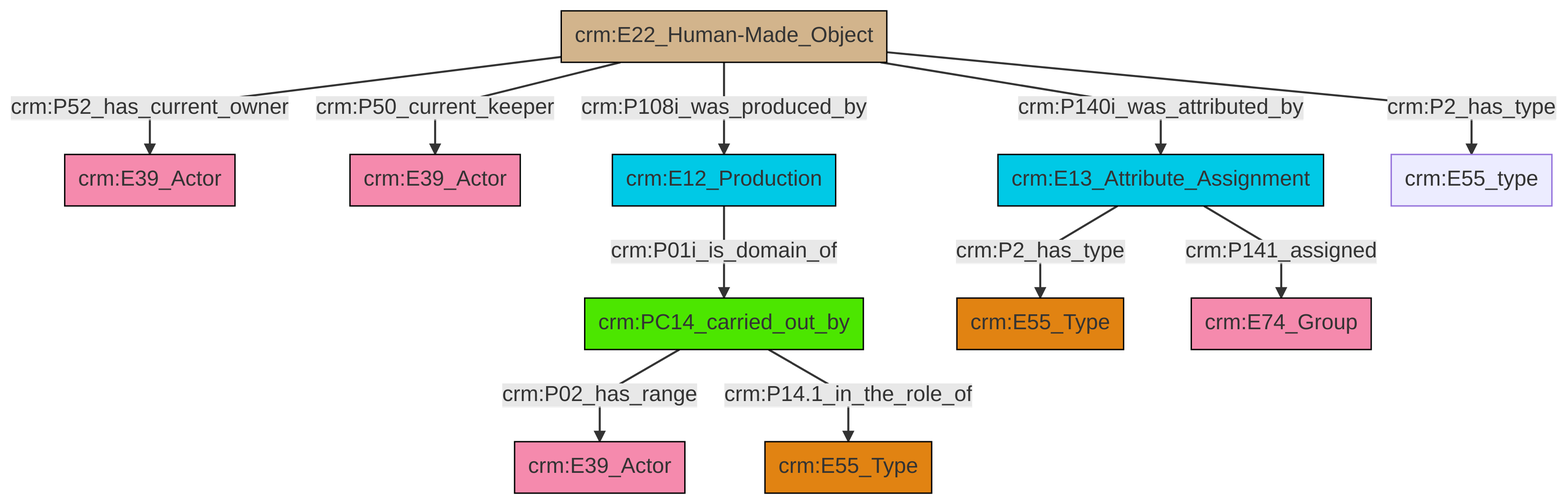
Above: et/artworkCSV/ttl/mmd/png/Artwork_Actor_Relations.png in swiss-art-research-net/reference-data-models (Mermaid), before the change. Its source is kept beside it as et/artworkCSV/ttl/mmd/Artwork_Actor_Relations.ttl.mmd.
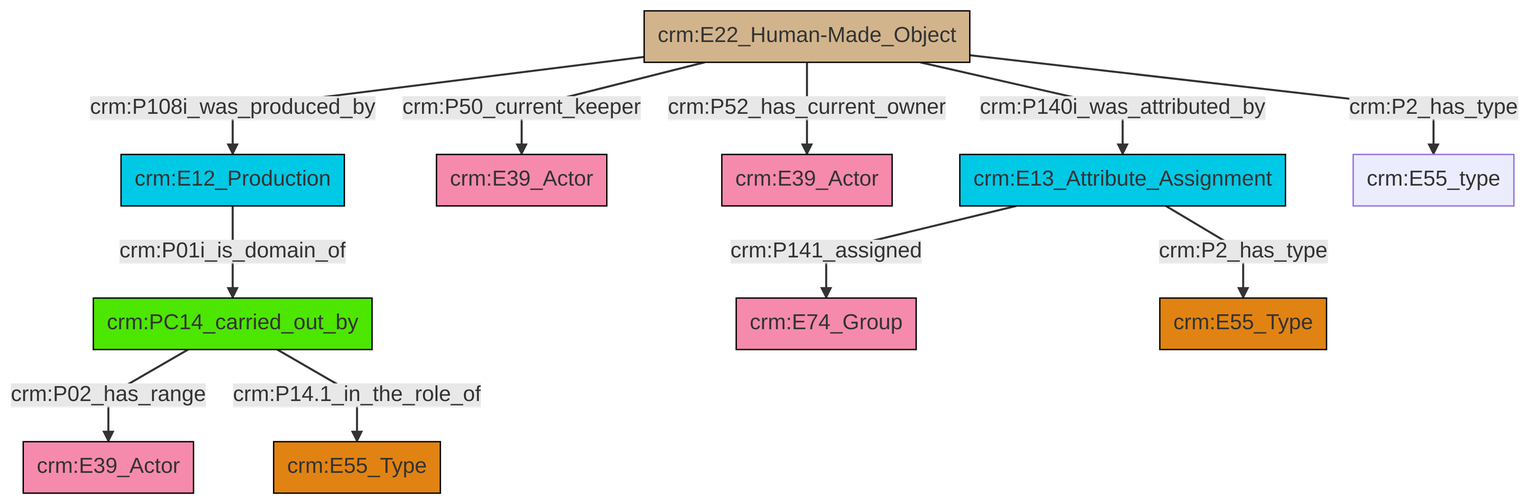
Later version of the same file.

Change to the diagram source:
```diff
@@ -13,13 +13,13 @@
 classDef PC_Classes fill:#4ce600, stroke:#000000;
 classDef Multi fill:#cccccc,stroke:#000000;
 
-8["crm:E22_Human-Made_Object"]:::Physical_Thing -->|crm:P52_has_current_owner| 9["crm:E39_Actor"]:::Actor
-8["crm:E22_Human-Made_Object"]:::Physical_Thing -->|crm:P50_current_keeper| 4["crm:E39_Actor"]:::Actor
-8["crm:E22_Human-Made_Object"]:::Physical_Thing -->|crm:P108i_was_produced_by| 6["crm:E12_Production"]:::Temporal_Entity
-6["crm:E12_Production"]:::Temporal_Entity -->|crm:P01i_is_domain_of| 10["crm:PC14_carried_out_by"]:::PC_Classes
-11["crm:E13_Attribute_Assignment"]:::Temporal_Entity -->|crm:P2_has_type| 2["crm:E55_Type"]:::Type
-10["crm:PC14_carried_out_by"]:::PC_Classes -->|crm:P02_has_range| 12["crm:E39_Actor"]:::Actor
-11["crm:E13_Attribute_Assignment"]:::Temporal_Entity -->|crm:P141_assigned| 13["crm:E74_Group"]:::Actor
-10["crm:PC14_carried_out_by"]:::PC_Classes -->|crm:P14.1_in_the_role_of| 18["crm:E55_Type"]:::Type
-8["crm:E22_Human-Made_Object"]:::Physical_Thing -->|crm:P140i_was_attributed_by| 11["crm:E13_Attribute_Assignment"]:::Temporal_Entity
-8["crm:E22_Human-Made_Object"]:::Physical_Thing -->|crm:P2_has_type| 0["crm:E55_type"]:::Default
+2["crm:PC14_carried_out_by"]:::PC_Classes -->|crm:P02_has_range| 3["crm:E39_Actor"]:::Actor
+0["crm:E13_Attribute_Assignment"]:::Temporal_Entity -->|crm:P141_assigned| 4["crm:E74_Group"]:::Actor
+8["crm:E22_Human-Made_Object"]:::Physical_Thing -->|crm:P50_current_keeper| 9["crm:E39_Actor"]:::Actor
+8["crm:E22_Human-Made_Object"]:::Physical_Thing -->|crm:P108i_was_produced_by| 12["crm:E12_Production"]:::Temporal_Entity
+8["crm:E22_Human-Made_Object"]:::Physical_Thing -->|crm:P52_has_current_owner| 10["crm:E39_Actor"]:::Actor
+8["crm:E22_Human-Made_Object"]:::Physical_Thing -->|crm:P2_has_type| 14["crm:E55_type"]:::Default
+0["crm:E13_Attribute_Assignment"]:::Temporal_Entity -->|crm:P2_has_type| 17["crm:E55_Type"]:::Type
+12["crm:E12_Production"]:::Temporal_Entity -->|crm:P01i_is_domain_of| 2["crm:PC14_carried_out_by"]:::PC_Classes
+2["crm:PC14_carried_out_by"]:::PC_Classes -->|crm:P14.1_in_the_role_of| 6["crm:E55_Type"]:::Type
+8["crm:E22_Human-Made_Object"]:::Physical_Thing -->|crm:P140i_was_attributed_by| 0["crm:E13_Attribute_Assignment"]:::Temporal_Entity
```
